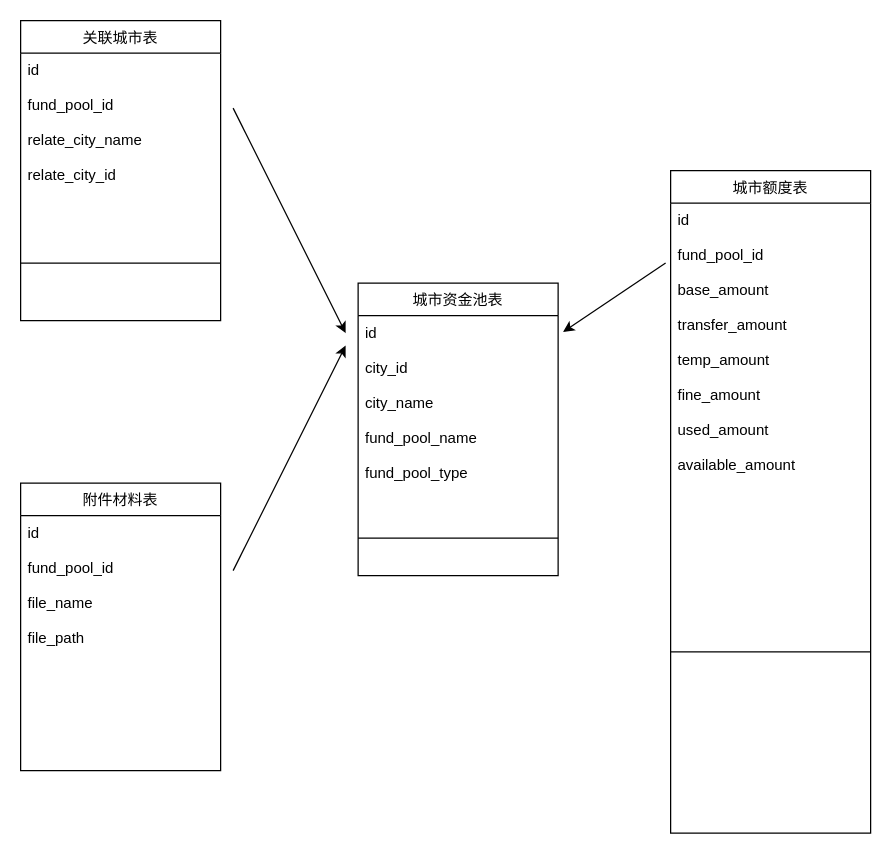
Earlier version of the draw.io diagram amount.drawio (chenrushui/draw). Source tidied: cells renumbered, new cells numbered last; positions are measured from the earlier drawing's top-left corner, leaving out a move shared by most shapes. Both pictures are drawn from the tidied source at 125%, with x=0, y=0 at pixel (20, 20).
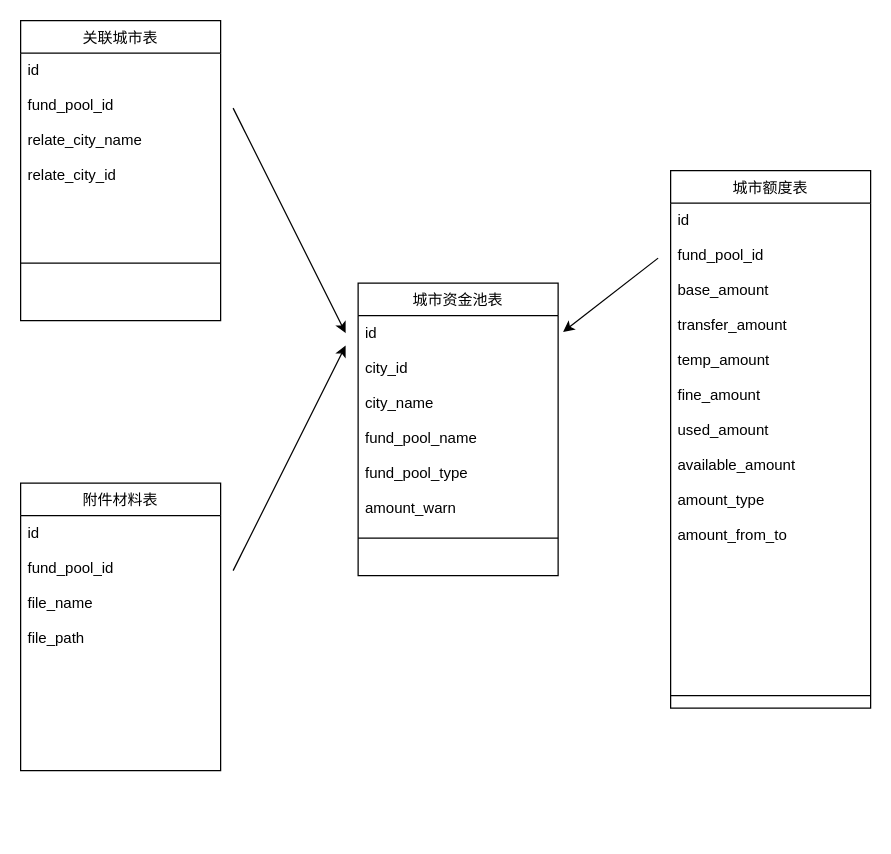
After the change.

What changed in the source:
```diff
@@
 <mxGraphModel>
   <root>
     <mxCell id="0" />
     <mxCell id="1" parent="0" />
     <mxCell id="2" value="城市资金池表" style="swimlane;fontStyle=0;align=center;verticalAlign=top;horizontal=1;startSize=26;rounded=0;shadow=0;strokeWidth=1;" parent="1" vertex="1">
       <mxGeometry x="270" y="210" width="160" height="234" as="geometry" />
     </mxCell>
-    <mxCell id="3" value="id&#10;&#10;city_id&#10;&#10;city_name&#10;&#10;fund_pool_name&#10;&#10;fund_pool_type" style="text;align=left;verticalAlign=top;spacingLeft=4;spacingRight=4;overflow=hidden;points=[[0,0.5],[1,0.5]];portConstraint=eastwest;" parent="2" vertex="1">
+    <mxCell id="3" value="id&#10;&#10;city_id&#10;&#10;city_name&#10;&#10;fund_pool_name&#10;&#10;fund_pool_type&#10;&#10;amount_warn" style="text;align=left;verticalAlign=top;spacingLeft=4;spacingRight=4;overflow=hidden;points=[[0,0.5],[1,0.5]];portConstraint=eastwest;" parent="2" vertex="1">
       <mxGeometry y="26" width="160" height="174" as="geometry" />
     </mxCell>
     <mxCell id="4" style="line;html=1;strokeWidth=1;align=left;verticalAlign=middle;spacingTop=-1;spacingLeft=3;spacingRight=3;labelPosition=right;" parent="2" vertex="1">
       <mxGeometry y="200" width="160" height="8" as="geometry" />
     </mxCell>
     <mxCell id="5" value="城市额度表" style="swimlane;fontStyle=0;align=center;verticalAlign=top;horizontal=1;startSize=26;rounded=0;shadow=0;strokeWidth=1;" parent="1" vertex="1">
-      <mxGeometry x="520" y="120" width="160" height="530" as="geometry" />
+      <mxGeometry x="520" y="120" width="160" height="430" as="geometry" />
     </mxCell>
-    <mxCell id="6" value="id&#10;&#10;fund_pool_id&#10;&#10;base_amount&#10;&#10;transfer_amount&#10;&#10;temp_amount&#10;&#10;fine_amount&#10;&#10;used_amount&#10;&#10;available_amount" style="text;align=left;verticalAlign=top;spacingLeft=4;spacingRight=4;overflow=hidden;points=[[0,0.5],[1,0.5]];portConstraint=eastwest;" parent="5" vertex="1">
-      <mxGeometry y="26" width="160" height="214" as="geometry" />
+    <mxCell id="6" value="id&#10;&#10;fund_pool_id&#10;&#10;base_amount&#10;&#10;transfer_amount&#10;&#10;temp_amount&#10;&#10;fine_amount&#10;&#10;used_amount&#10;&#10;available_amount&#10;&#10;amount_type&#10;&#10;amount_from_to" style="text;align=left;verticalAlign=top;spacingLeft=4;spacingRight=4;overflow=hidden;points=[[0,0.5],[1,0.5]];portConstraint=eastwest;" parent="5" vertex="1">
+      <mxGeometry y="26" width="160" height="384" as="geometry" />
     </mxCell>
     <mxCell id="7" style="line;html=1;strokeWidth=1;align=left;verticalAlign=middle;spacingTop=-1;spacingLeft=3;spacingRight=3;labelPosition=right;" parent="5" vertex="1">
-      <mxGeometry y="240" width="160" height="290" as="geometry" />
+      <mxGeometry y="410" width="160" height="20" as="geometry" />
     </mxCell>
     <mxCell id="8" value="附件材料表" style="swimlane;fontStyle=0;align=center;verticalAlign=top;horizontal=1;startSize=26;rounded=0;shadow=0;strokeWidth=1;" parent="1" vertex="1">
       <mxGeometry y="370" width="160" height="230" as="geometry" />
     </mxCell>
     <mxCell id="9" value="id&#10;&#10;fund_pool_id&#10;&#10;file_name&#10;&#10;file_path" style="text;align=left;verticalAlign=top;spacingLeft=4;spacingRight=4;overflow=hidden;" parent="8" vertex="1">
       <mxGeometry y="26" width="160" height="154" as="geometry" />
     </mxCell>
     <mxCell id="10" value="关联城市表" style="swimlane;fontStyle=0;align=center;verticalAlign=top;horizontal=1;startSize=26;rounded=0;shadow=0;strokeWidth=1;" parent="1" vertex="1">
       <mxGeometry width="160" height="240" as="geometry" />
     </mxCell>
     <mxCell id="11" value="id&#10;&#10;fund_pool_id&#10;&#10;relate_city_name&#10;&#10;relate_city_id&#10;&#10;" style="text;align=left;verticalAlign=top;spacingLeft=4;spacingRight=4;overflow=hidden;" parent="10" vertex="1">
       <mxGeometry y="26" width="160" height="164" as="geometry" />
     </mxCell>
     <mxCell id="12" style="line;html=1;strokeWidth=1;align=left;verticalAlign=middle;spacingTop=-1;spacingLeft=3;spacingRight=3;labelPosition=right;" parent="10" vertex="1">
       <mxGeometry y="190" width="160" height="8" as="geometry" />
     </mxCell>
     <mxCell id="13" style="endArrow=classic;html=1;" parent="1" edge="1">
       <mxGeometry relative="1" as="geometry">
         <mxPoint x="170" y="70" as="sourcePoint" />
         <mxPoint x="260" y="250" as="targetPoint" />
       </mxGeometry>
     </mxCell>
-    <mxCell id="14" style="endArrow=classic;html=1;entryX=1.025;entryY=0.075;entryDx=0;entryDy=0;entryPerimeter=0;exitX=-0.025;exitY=0.224;exitDx=0;exitDy=0;exitPerimeter=0;" parent="1" edge="1" source="6" target="3">
-      <mxGeometry relative="1" as="geometry" />
+    <mxCell id="14" style="endArrow=classic;html=1;entryX=1.025;entryY=0.075;entryDx=0;entryDy=0;entryPerimeter=0;" parent="1" edge="1" target="3">
+      <mxGeometry relative="1" as="geometry">
+        <mxPoint x="510" y="190" as="sourcePoint" />
+      </mxGeometry>
     </mxCell>
     <mxCell id="15" style="endArrow=classic;html=1;" parent="1" edge="1">
       <mxGeometry relative="1" as="geometry">
         <mxPoint x="170" y="440" as="sourcePoint" />
         <mxPoint x="260" y="260" as="targetPoint" />
       </mxGeometry>
     </mxCell>
   </root>
 </mxGraphModel>
```
